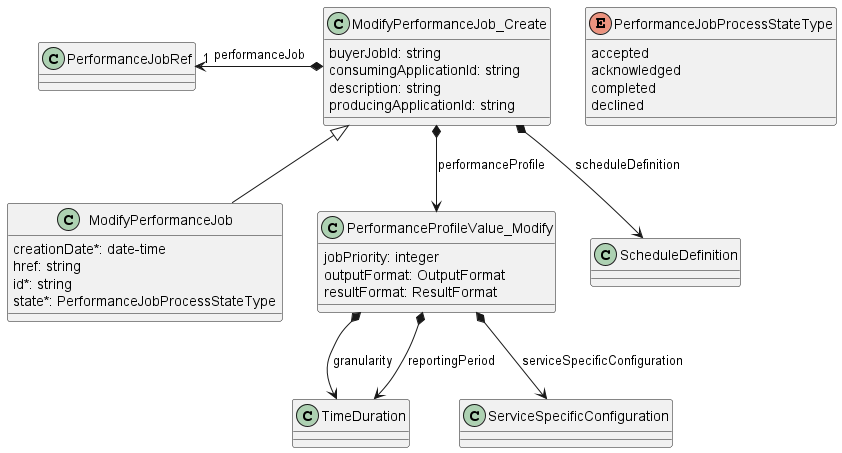
This is documentation/serviceApi/pm/performance/media/modifyPerformanceJobModel.png from MEF-GIT/MEF-LSO-Legato-SDK, a PlantUML export, as it was before one commit.
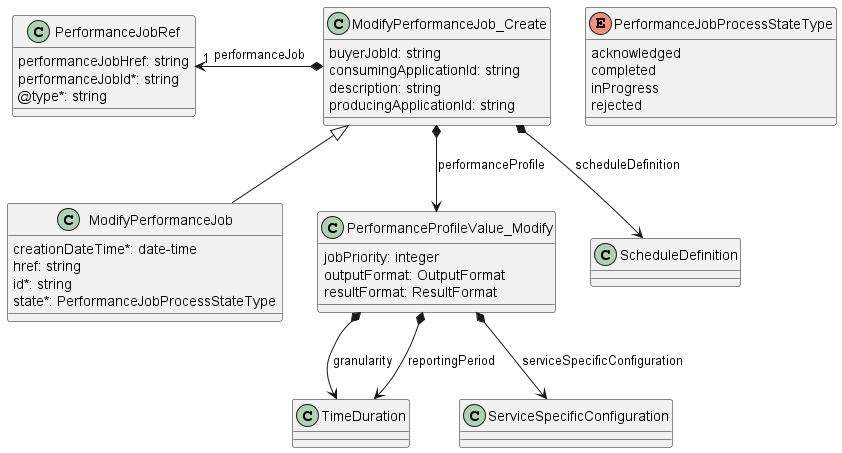
After the change.

Change to the diagram source:
```diff
@@ -2,7 +2,7 @@
 
 class ModifyPerformanceJob {
 
-    creationDate*: date-time
+    creationDateTime*: date-time
     href: string
     id*: string
     state*: PerformanceJobProcessStateType
@@ -10,7 +10,6 @@
 ModifyPerformanceJob_Create <|-- ModifyPerformanceJob
 
 class ModifyPerformanceJob_Create {
-
     buyerJobId: string
     consumingApplicationId: string
     description: string
@@ -22,7 +21,6 @@
 ModifyPerformanceJob_Create *--> ScheduleDefinition : scheduleDefinition
 
 class PerformanceProfileValue_Modify {
-
     jobPriority: integer
     outputFormat: OutputFormat
     resultFormat: ResultFormat
@@ -32,12 +30,17 @@
 PerformanceProfileValue_Modify *--> TimeDuration : reportingPeriod
 PerformanceProfileValue_Modify *--> ServiceSpecificConfiguration : serviceSpecificConfiguration
 
+class PerformanceJobRef {
+    performanceJobHref: string
+    performanceJobId*: string
+    @type*: string
+}
+
 enum PerformanceJobProcessStateType {
-
-    accepted
     acknowledged
     completed
-    declined
+    inProgress
+    rejected
 }
 
 @enduml
```
